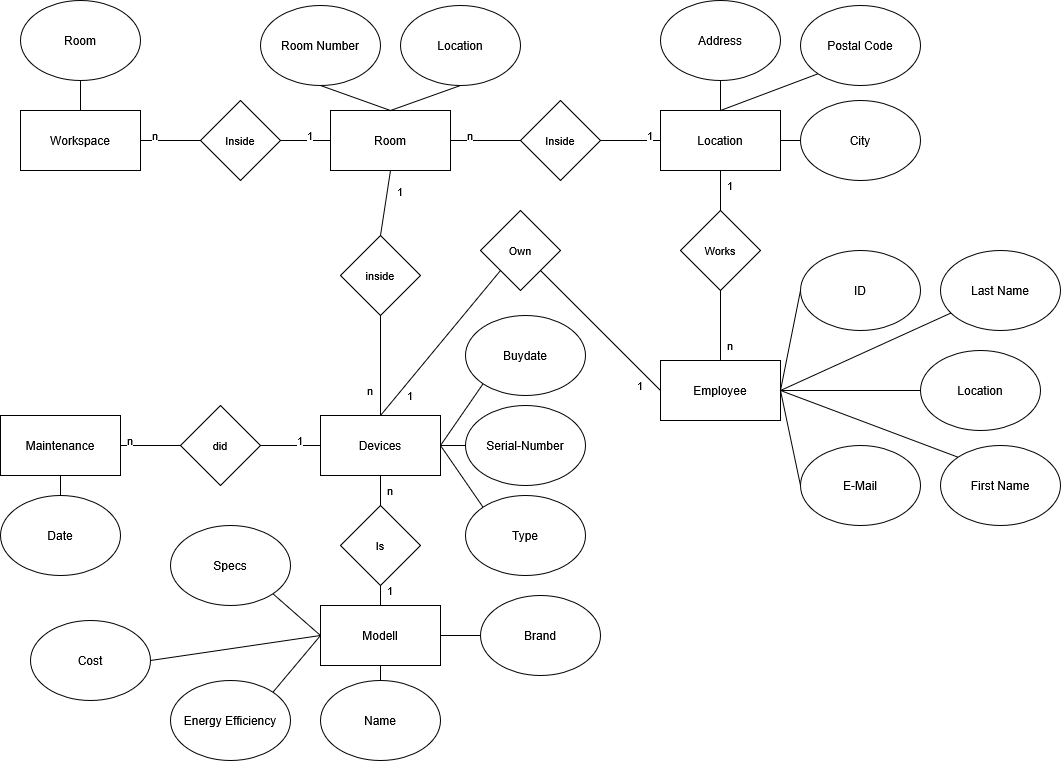
The draw.io diagram Planing/ERD-Modell.png in Moesly2904/Learning_Field_02, before a commit. Source tidied: cells renumbered, new cells last; positions are measured from the earlier drawing's top-left corner, leaving out a move shared by most shapes.
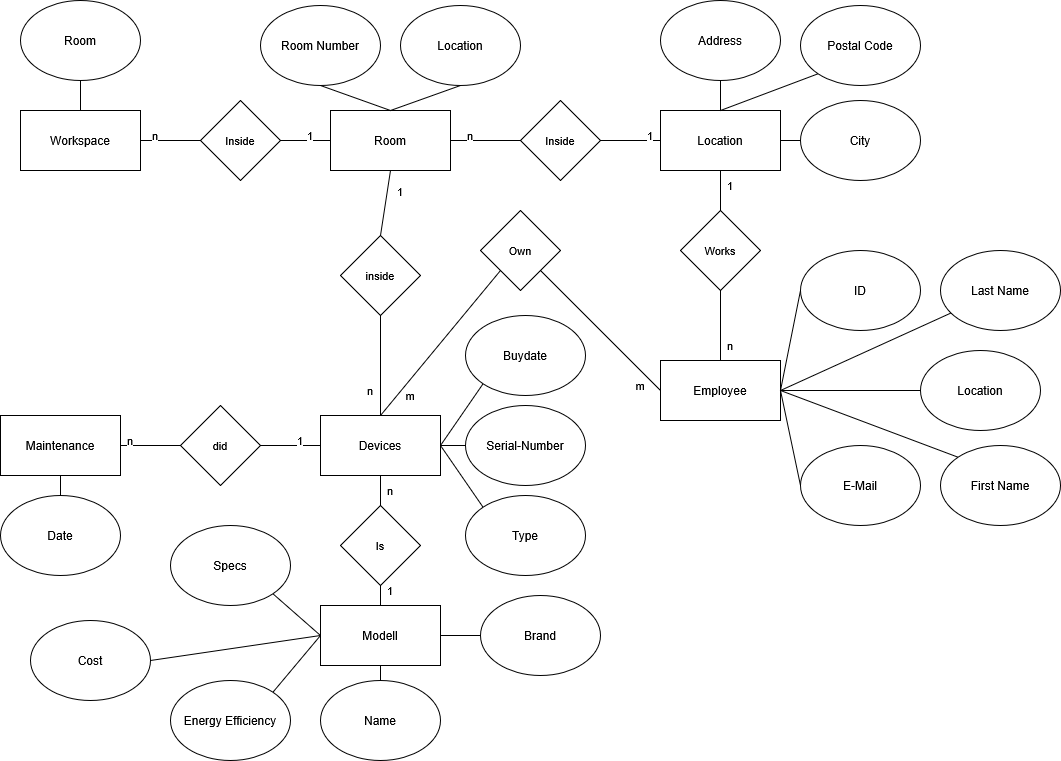
The same diagram one commit later.

Commit message:
update erd-Model

Diff of the diagram source:
```diff
@@ -177,10 +177,10 @@
     <mxCell id="58" value="Own" style="rhombus;whiteSpace=wrap;html=1;fontFamily=Helvetica;fontSize=11;fontColor=default;labelBackgroundColor=default;" parent="1" vertex="1">
       <mxGeometry x="480" y="210" width="80" height="80" as="geometry" />
     </mxCell>
-    <mxCell id="59" value="1" style="text;html=1;whiteSpace=wrap;strokeColor=none;fillColor=none;align=center;verticalAlign=middle;rounded=0;fontFamily=Helvetica;fontSize=11;fontColor=default;labelBackgroundColor=default;" parent="1" vertex="1">
+    <mxCell id="59" value="m" style="text;html=1;whiteSpace=wrap;strokeColor=none;fillColor=none;align=center;verticalAlign=middle;rounded=0;fontFamily=Helvetica;fontSize=11;fontColor=default;labelBackgroundColor=default;" parent="1" vertex="1">
       <mxGeometry x="380" y="380" width="60" height="30" as="geometry" />
     </mxCell>
-    <mxCell id="60" value="1" style="text;html=1;whiteSpace=wrap;strokeColor=none;fillColor=none;align=center;verticalAlign=middle;rounded=0;fontFamily=Helvetica;fontSize=11;fontColor=default;labelBackgroundColor=default;" parent="1" vertex="1">
+    <mxCell id="60" value="m" style="text;html=1;whiteSpace=wrap;strokeColor=none;fillColor=none;align=center;verticalAlign=middle;rounded=0;fontFamily=Helvetica;fontSize=11;fontColor=default;labelBackgroundColor=default;" parent="1" vertex="1">
       <mxGeometry x="610" y="370" width="60" height="30" as="geometry" />
     </mxCell>
     <mxCell id="61" style="edgeStyle=none;shape=connector;rounded=0;jettySize=auto;html=1;exitX=1;exitY=0.5;exitDx=0;exitDy=0;entryX=0;entryY=0.5;entryDx=0;entryDy=0;strokeColor=default;align=center;verticalAlign=middle;fontFamily=Helvetica;fontSize=11;fontColor=default;labelBackgroundColor=default;endArrow=none;endFill=0;" parent="1" edge="1" source="63" target="5">
```
